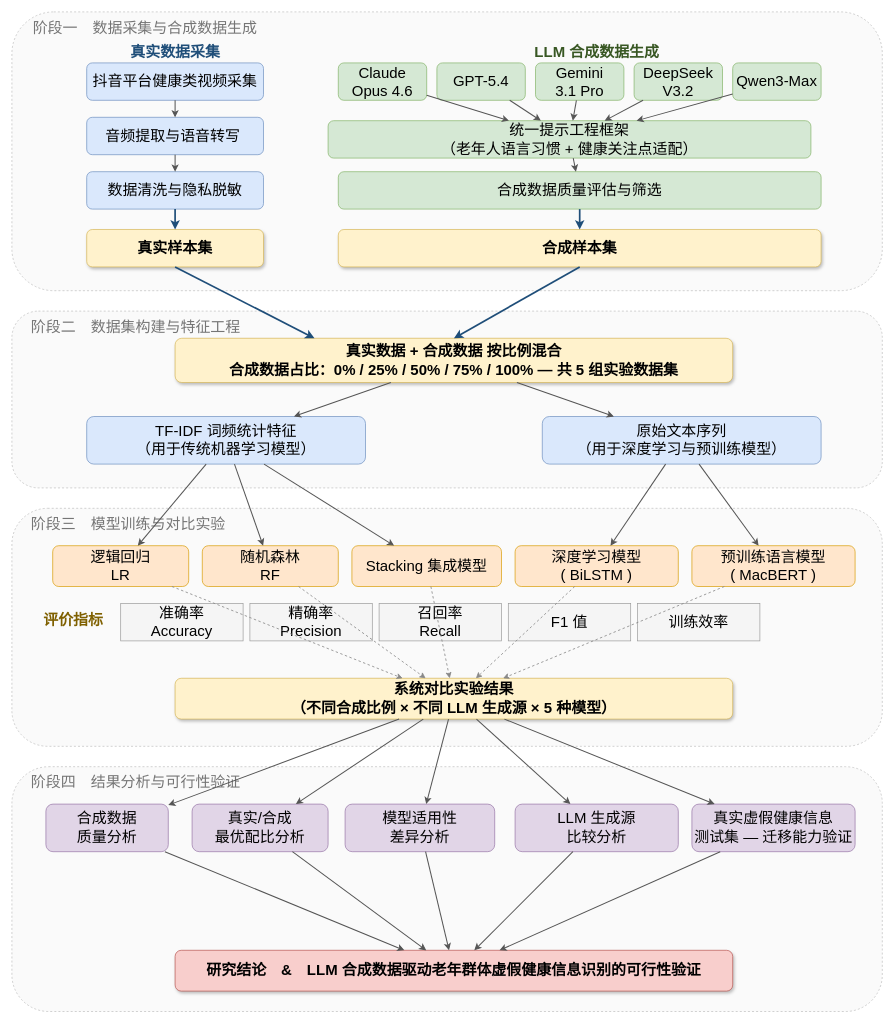
Before: 技术路线图.drawio in few2022/paper-reading, a draw.io diagram. Source tidied: cells renumbered, new cells numbered last; positions are measured from the earlier drawing's top-left corner, leaving out a move shared by most shapes. Both pictures are drawn from the tidied source at 68%, with x=0, y=0 at pixel (12, 12).
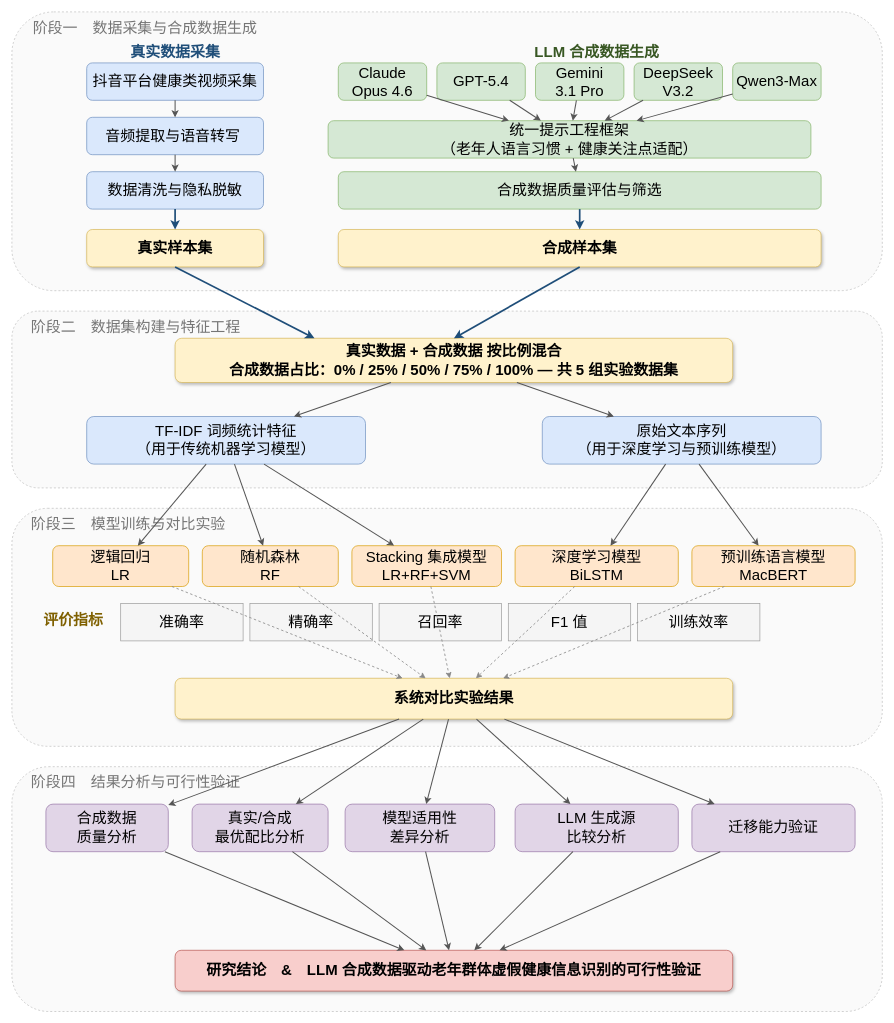
Above is the later version.

Commit message (it also covers changes not shown here):
更新技术路线图.drawio

The edit, as a diff of the source:
```diff
@@
-    <mxCell id="38" value="Stacking 集成模型" style="rounded=1;whiteSpace=wrap;html=1;fillColor=#FFE6CC;strokeColor=#D79B00;fontSize=22;align=center;verticalAlign=middle;" parent="1" vertex="1">
+    <mxCell id="38" value="Stacking 集成模型&lt;div&gt;LR+RF+SVM&lt;/div&gt;" style="rounded=1;whiteSpace=wrap;html=1;fillColor=#FFE6CC;strokeColor=#D79B00;fontSize=22;align=center;verticalAlign=middle;" parent="1" vertex="1">
       <mxGeometry x="500" y="785" width="220" height="60" as="geometry" />
     </mxCell>
-    <mxCell id="39" value="深度学习模型&lt;br&gt;( BiLSTM )" style="rounded=1;whiteSpace=wrap;html=1;fillColor=#FFE6CC;strokeColor=#D79B00;fontSize=22;align=center;verticalAlign=middle;" parent="1" vertex="1">
+    <mxCell id="39" value="深度学习模型&lt;br&gt;BiLSTM" style="rounded=1;whiteSpace=wrap;html=1;fillColor=#FFE6CC;strokeColor=#D79B00;fontSize=22;align=center;verticalAlign=middle;" parent="1" vertex="1">
       <mxGeometry x="740" y="785" width="240" height="60" as="geometry" />
     </mxCell>
-    <mxCell id="40" value="预训练语言模型&lt;br&gt;( MacBERT )" style="rounded=1;whiteSpace=wrap;html=1;fillColor=#FFE6CC;strokeColor=#D79B00;fontSize=22;align=center;verticalAlign=middle;" parent="1" vertex="1">
+    <mxCell id="40" value="预训练语言模型&lt;br&gt;MacBERT" style="rounded=1;whiteSpace=wrap;html=1;fillColor=#FFE6CC;strokeColor=#D79B00;fontSize=22;align=center;verticalAlign=middle;" parent="1" vertex="1">
       <mxGeometry x="1000" y="785" width="240" height="60" as="geometry" />
     </mxCell>
@@
-    <mxCell id="47" value="准确率&#10;Accuracy" style="rounded=0;whiteSpace=wrap;html=1;fillColor=#F5F5F5;strokeColor=#999999;fontSize=22;align=center;verticalAlign=middle;" parent="1" vertex="1">
+    <mxCell id="47" value="准确率" style="rounded=0;whiteSpace=wrap;html=1;fillColor=#F5F5F5;strokeColor=#999999;fontSize=22;align=center;verticalAlign=middle;" parent="1" vertex="1">
       <mxGeometry x="160" y="870" width="180" height="55" as="geometry" />
     </mxCell>
-    <mxCell id="48" value="精确率&#10;Precision" style="rounded=0;whiteSpace=wrap;html=1;fillColor=#F5F5F5;strokeColor=#999999;fontSize=22;align=center;verticalAlign=middle;" parent="1" vertex="1">
+    <mxCell id="48" value="精确率" style="rounded=0;whiteSpace=wrap;html=1;fillColor=#F5F5F5;strokeColor=#999999;fontSize=22;align=center;verticalAlign=middle;" parent="1" vertex="1">
       <mxGeometry x="350" y="870" width="180" height="55" as="geometry" />
     </mxCell>
-    <mxCell id="49" value="召回率&#10;Recall" style="rounded=0;whiteSpace=wrap;html=1;fillColor=#F5F5F5;strokeColor=#999999;fontSize=22;align=center;verticalAlign=middle;" parent="1" vertex="1">
+    <mxCell id="49" value="召回率" style="rounded=0;whiteSpace=wrap;html=1;fillColor=#F5F5F5;strokeColor=#999999;fontSize=22;align=center;verticalAlign=middle;" parent="1" vertex="1">
       <mxGeometry x="540" y="870" width="180" height="55" as="geometry" />
     </mxCell>
@@
-    <mxCell id="52" value="系统对比实验结果&#10;（不同合成比例 × 不同 LLM 生成源 × 5 种模型）" style="rounded=1;whiteSpace=wrap;html=1;fillColor=#FFF2CC;strokeColor=#D6B656;fontSize=22;fontStyle=1;align=center;verticalAlign=middle;shadow=1;" parent="1" vertex="1">
+    <mxCell id="52" value="系统对比实验结果" style="rounded=1;whiteSpace=wrap;html=1;fillColor=#FFF2CC;strokeColor=#D6B656;fontSize=22;fontStyle=1;align=center;verticalAlign=middle;shadow=1;" parent="1" vertex="1">
       <mxGeometry x="240" y="980" width="820" height="60" as="geometry" />
     </mxCell>
@@
-    <mxCell id="63" value="真实虚假健康信息&#10;测试集 — 迁移能力验证" style="rounded=1;whiteSpace=wrap;html=1;fillColor=#E1D5E7;strokeColor=#9673A6;fontSize=22;align=center;verticalAlign=middle;" parent="1" vertex="1">
+    <mxCell id="63" value="迁移能力验证" style="rounded=1;whiteSpace=wrap;html=1;fillColor=#E1D5E7;strokeColor=#9673A6;fontSize=22;align=center;verticalAlign=middle;" parent="1" vertex="1">
       <mxGeometry x="1000" y="1165" width="240" height="70" as="geometry" />
     </mxCell>
```
